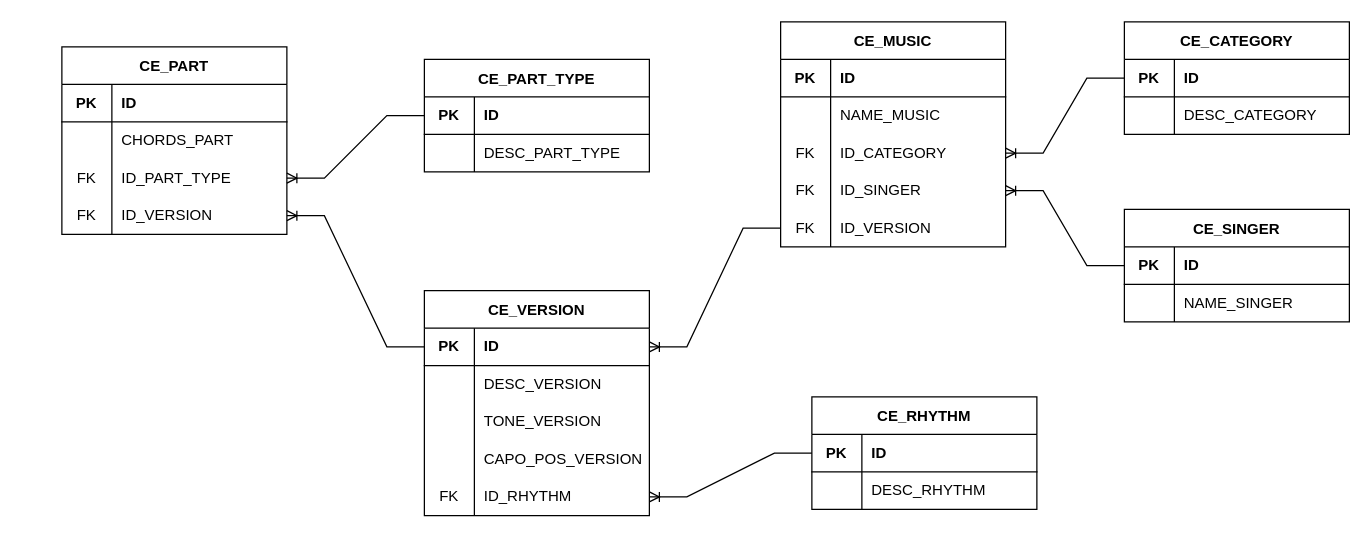
Before: diagrams/ERD.drawio in diasCr/cifraEasy, a draw.io diagram. Source tidied: cells renumbered, new cells numbered last; positions are measured from the earlier drawing's top-left corner, leaving out a move shared by most shapes. Both pictures are drawn from the tidied source at 125%, with x=0, y=0 at pixel (61, 21).
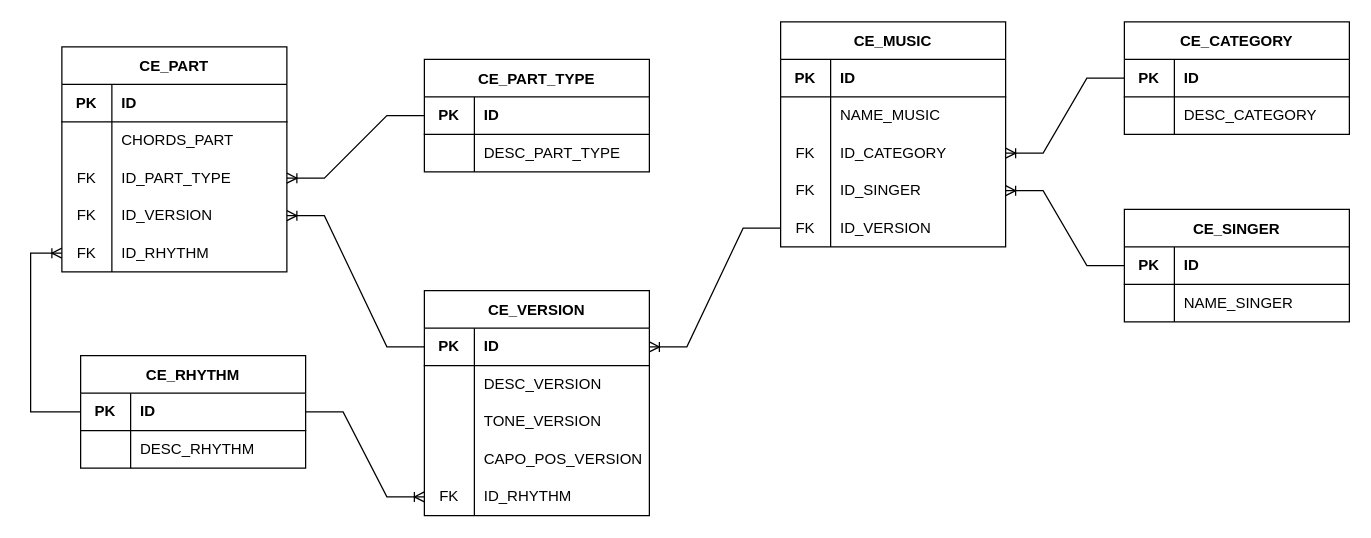
The same page after the edit.

Commit message:
docs(ERD): adds relationship between CE_PART and CE_RHYTHM

The change refers to these unchanged cells:
```xml
<mxCell id="58" style="shape=partialRectangle;html=1;whiteSpace=wrap;fillColor=none;top=0;left=0;bottom=0;right=0;points=[[0,0.5],[1,0.5]];portConstraint=eastwest;" parent="45" vertex="1">
  <mxGeometry y="150" width="180" height="30" as="geometry" />
</mxCell>
<mxCell id="69" style="shape=partialRectangle;html=1;whiteSpace=wrap;fillColor=none;top=0;left=0;bottom=1;right=0;points=[[0,0.5],[1,0.5]];portConstraint=eastwest;" parent="68" vertex="1">
  <mxGeometry y="30" width="180" height="30" as="geometry" />
</mxCell>
```

Change to the diagram source:
```diff
@@
     <mxCell id="32" value="CE_PART" style="shape=table;startSize=30;childLayout=tableLayout;rowLines=0;fontStyle=1;align=center;" parent="1" vertex="1">
-      <mxGeometry y="20" width="180" height="150" as="geometry" />
+      <mxGeometry y="20" width="180" height="180" as="geometry" />
     </mxCell>
@@
+    <mxCell id="81" style="shape=partialRectangle;html=1;whiteSpace=wrap;fillColor=none;top=0;left=0;bottom=0;right=0;points=[[0,0.5],[1,0.5]];portConstraint=eastwest;" parent="32" vertex="1">
+      <mxGeometry y="150" width="180" height="30" as="geometry" />
+    </mxCell>
+    <mxCell id="82" value="FK" style="shape=partialRectangle;html=1;whiteSpace=wrap;fillColor=none;top=0;left=0;bottom=0;right=0;overflow=hidden;" parent="81" vertex="1">
+      <mxGeometry width="40" height="30" as="geometry" />
+    </mxCell>
+    <mxCell id="83" value="ID_RHYTHM" style="shape=partialRectangle;html=1;whiteSpace=wrap;fillColor=none;top=0;left=0;bottom=0;right=0;align=left;spacingLeft=6;overflow=hidden;" parent="81" vertex="1">
+      <mxGeometry x="40" width="140" height="30" as="geometry" />
+    </mxCell>
@@
     <mxCell id="68" value="CE_RHYTHM" style="shape=table;startSize=30;childLayout=tableLayout;rowLines=0;fontStyle=1;align=center;" parent="1" vertex="1">
-      <mxGeometry x="600" y="300" width="180" height="90" as="geometry" />
+      <mxGeometry x="15" y="267" width="180" height="90" as="geometry" />
     </mxCell>
@@
-    <mxCell id="75" style="edgeStyle=entityRelationEdgeStyle;fontSize=12;html=1;endArrow=ERoneToMany;rounded=0;exitX=0;exitY=0.5;exitDx=0;exitDy=0;entryX=1;entryY=0.5;entryDx=0;entryDy=0;" parent="1" edge="1" source="69" target="58">
+    <mxCell id="75" style="edgeStyle=entityRelationEdgeStyle;fontSize=12;html=1;endArrow=ERoneToMany;rounded=0;exitX=1;exitY=0.5;exitDx=0;exitDy=0;entryX=0;entryY=0.5;entryDx=0;entryDy=0;" parent="1" edge="1" source="69" target="58">
       <mxGeometry relative="1" as="geometry" />
     </mxCell>
@@
+    <mxCell id="84" style="edgeStyle=orthogonalEdgeStyle;fontSize=12;html=1;endArrow=ERoneToMany;rounded=0;exitX=0;exitY=0.5;exitDx=0;exitDy=0;entryX=0;entryY=0.5;entryDx=0;entryDy=0;" parent="1" edge="1" source="69" target="81">
+      <mxGeometry relative="1" as="geometry">
+        <Array as="points">
+          <mxPoint x="-25" y="312" />
+          <mxPoint x="-25" y="185" />
+        </Array>
+      </mxGeometry>
+    </mxCell>
```
